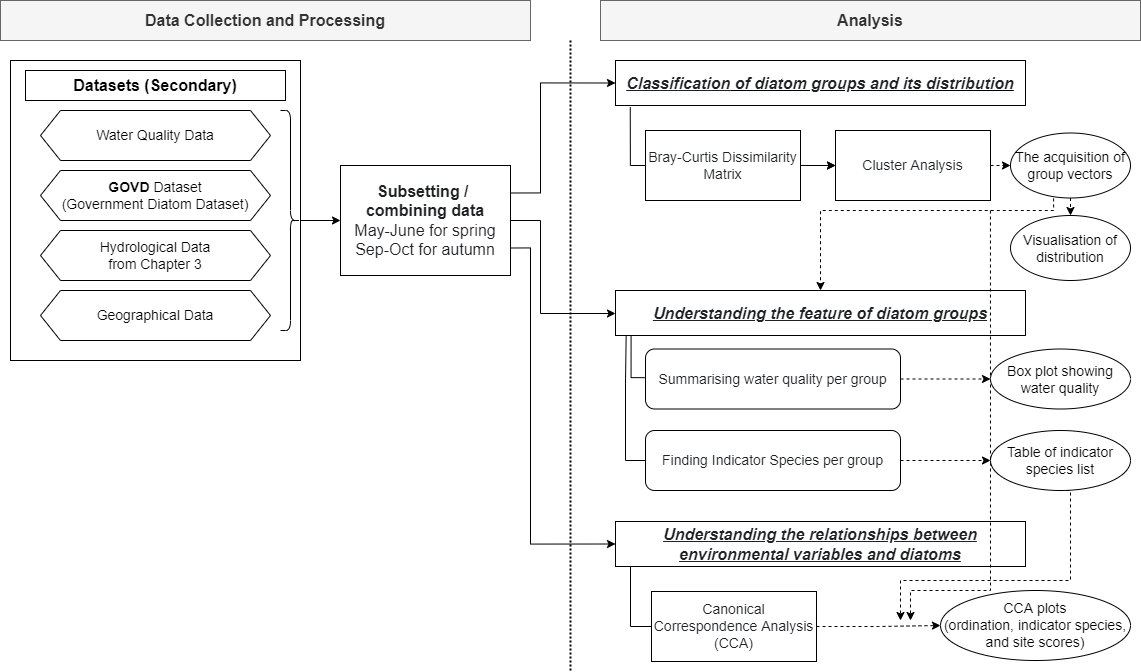
Above: Chapter6_Flowchart.png in muyeoljung/PhD_Studyarea (draw.io), before the change. Source tidied: cells renumbered, new cells last; positions are measured from the earlier drawing's top-left corner, leaving out a move shared by most shapes.
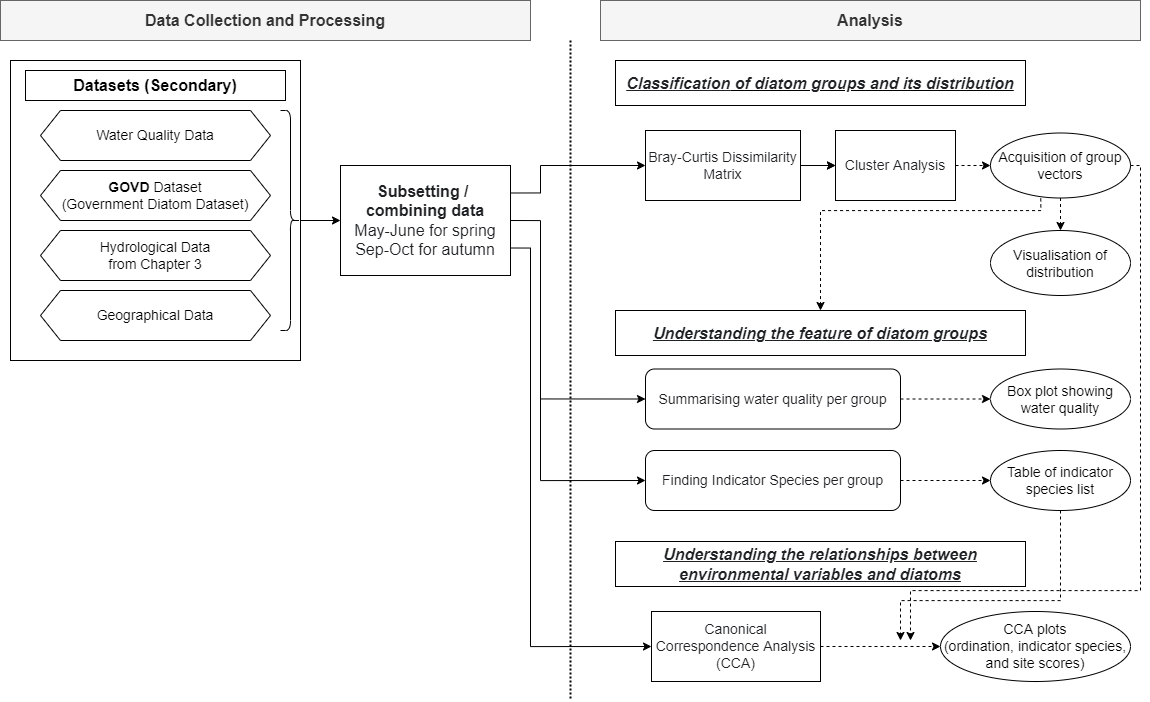
After the commit.

The edit, as a diff of the source:
```diff
@@ -24,27 +24,19 @@
       <mxGeometry relative="1" as="geometry" />
     </mxCell>
     <mxCell id="9" value="&lt;font color=&quot;#202124&quot; face=&quot;apple sd gothic neo, arial, sans-serif&quot; size=&quot;1&quot;&gt;&lt;span style=&quot;background-color: rgb(255 , 255 , 255) ; font-size: 14px&quot;&gt;Cluster Analysis&lt;/span&gt;&lt;/font&gt;" style="rounded=0;whiteSpace=wrap;html=1;" parent="1" vertex="1">
-      <mxGeometry x="835" y="130" width="155" height="70" as="geometry" />
+      <mxGeometry x="835" y="130" width="120" height="70" as="geometry" />
     </mxCell>
     <mxCell id="10" value="&lt;font style=&quot;font-size: 16px&quot;&gt;Data Collection and Processing&lt;/font&gt;" style="rounded=0;whiteSpace=wrap;html=1;fillColor=#f5f5f5;strokeColor=#666666;fontColor=#333333;fontStyle=1;" parent="1" vertex="1">
       <mxGeometry width="530" height="40" as="geometry" />
     </mxCell>
     <mxCell id="11" style="line;strokeWidth=2;direction=south;html=1;dashed=1;dashPattern=1 1;" parent="1" vertex="1">
-      <mxGeometry x="565" y="40" width="10" height="630" as="geometry" />
+      <mxGeometry x="565" y="40" width="10" height="660" as="geometry" />
     </mxCell>
     <mxCell id="12" style="edgeStyle=orthogonalEdgeStyle;rounded=0;jettySize=auto;html=1;exitX=1;exitY=0.5;exitDx=0;exitDy=0;entryX=0;entryY=0.5;entryDx=0;entryDy=0;dashed=1;startArrow=none;startFill=0;endArrow=classic;endFill=1;" parent="1" edge="1" source="14" target="41">
       <mxGeometry relative="1" as="geometry" />
     </mxCell>
-    <mxCell id="13" style="edgeStyle=orthogonalEdgeStyle;rounded=0;jettySize=auto;html=1;exitX=0;exitY=0.5;exitDx=0;exitDy=0;startArrow=none;startFill=0;endArrow=none;endFill=0;entryX=0.036;entryY=1.012;entryDx=0;entryDy=0;entryPerimeter=0;" parent="1" edge="1" source="14" target="21">
-      <mxGeometry relative="1" as="geometry">
-        <Array as="points">
-          <mxPoint x="630" y="626" />
-          <mxPoint x="630" y="566" />
-        </Array>
-      </mxGeometry>
-    </mxCell>
     <mxCell id="14" value="&lt;font color=&quot;#202124&quot; face=&quot;apple sd gothic neo, arial, sans-serif&quot; size=&quot;1&quot;&gt;&lt;span style=&quot;background-color: rgb(255 , 255 , 255) ; font-size: 14px&quot;&gt;Canonical Correspondence Analysis (CCA)&lt;/span&gt;&lt;/font&gt;" style="rounded=0;whiteSpace=wrap;html=1;align=center;" parent="1" vertex="1">
-      <mxGeometry x="651" y="591" width="165" height="70" as="geometry" />
+      <mxGeometry x="651" y="611" width="169" height="70" as="geometry" />
     </mxCell>
     <mxCell id="15" style="edgeStyle=orthogonalEdgeStyle;rounded=0;jettySize=auto;html=1;exitX=1;exitY=0.5;exitDx=0;exitDy=0;entryX=0;entryY=0.5;entryDx=0;entryDy=0;dashed=1;" parent="1" edge="1" source="18" target="9">
       <mxGeometry relative="1" as="geometry" />
@@ -52,13 +44,6 @@
     <mxCell id="16" style="edgeStyle=orthogonalEdgeStyle;rounded=0;jettySize=auto;html=1;" parent="1" edge="1" source="18" target="9">
       <mxGeometry relative="1" as="geometry" />
     </mxCell>
-    <mxCell id="17" style="edgeStyle=orthogonalEdgeStyle;rounded=0;jettySize=auto;html=1;exitX=0;exitY=0.5;exitDx=0;exitDy=0;startArrow=none;startFill=0;endArrow=none;endFill=0;entryX=0.036;entryY=1.04;entryDx=0;entryDy=0;entryPerimeter=0;" parent="1" edge="1" source="18" target="19">
-      <mxGeometry relative="1" as="geometry">
-        <Array as="points">
-          <mxPoint x="630" y="165" />
-        </Array>
-      </mxGeometry>
-    </mxCell>
     <mxCell id="18" value="&lt;span style=&quot;color: rgb(32 , 33 , 36) ; font-family: &amp;#34;apple sd gothic neo&amp;#34; , &amp;#34;arial&amp;#34; , sans-serif ; background-color: rgb(255 , 255 , 255)&quot;&gt;&lt;font style=&quot;font-size: 14px&quot;&gt;Bray-Curtis Dissimilarity Matrix&lt;/font&gt;&lt;/span&gt;" style="rounded=0;whiteSpace=wrap;html=1;" parent="1" vertex="1">
       <mxGeometry x="645" y="130" width="155" height="70" as="geometry" />
     </mxCell>
@@ -66,32 +51,32 @@
       <mxGeometry x="615" y="60" width="410" height="45" as="geometry" />
     </mxCell>
     <mxCell id="20" value="&lt;font color=&quot;#202124&quot; face=&quot;apple sd gothic neo, arial, sans-serif&quot;&gt;&lt;span style=&quot;font-size: 16px&quot;&gt;Understanding the feature of diatom groups&lt;br&gt;&lt;/span&gt;&lt;/font&gt;" style="rounded=0;whiteSpace=wrap;html=1;align=center;fontStyle=7;" parent="1" vertex="1">
-      <mxGeometry x="615" y="290" width="410" height="45" as="geometry" />
+      <mxGeometry x="615" y="310" width="410" height="45" as="geometry" />
     </mxCell>
     <mxCell id="21" value="&lt;font color=&quot;#202124&quot; face=&quot;apple sd gothic neo, arial, sans-serif&quot;&gt;&lt;span style=&quot;font-size: 16px&quot;&gt;Understanding the relationships between environmental&amp;nbsp;variables and diatoms&lt;/span&gt;&lt;br&gt;&lt;/font&gt;" style="rounded=0;whiteSpace=wrap;html=1;align=center;fontStyle=7;" parent="1" vertex="1">
-      <mxGeometry x="615" y="521" width="410" height="45" as="geometry" />
+      <mxGeometry x="615" y="541" width="410" height="45" as="geometry" />
     </mxCell>
-    <mxCell id="22" style="edgeStyle=orthogonalEdgeStyle;rounded=0;jettySize=auto;html=1;exitX=1;exitY=0.75;exitDx=0;exitDy=0;entryX=0;entryY=0.5;entryDx=0;entryDy=0;" parent="1" edge="1" source="25" target="21">
+    <mxCell id="22" style="edgeStyle=orthogonalEdgeStyle;rounded=0;jettySize=auto;html=1;exitX=1;exitY=0.75;exitDx=0;exitDy=0;entryX=0;entryY=0.5;entryDx=0;entryDy=0;" parent="1" edge="1" source="25" target="14">
       <mxGeometry relative="1" as="geometry">
         <Array as="points">
           <mxPoint x="530" y="247" />
-          <mxPoint x="530" y="543" />
+          <mxPoint x="530" y="646" />
         </Array>
       </mxGeometry>
     </mxCell>
-    <mxCell id="23" style="edgeStyle=orthogonalEdgeStyle;rounded=0;jettySize=auto;html=1;exitX=1;exitY=0.5;exitDx=0;exitDy=0;" parent="1" edge="1" source="25" target="20">
+    <mxCell id="23" style="edgeStyle=orthogonalEdgeStyle;rounded=0;jettySize=auto;html=1;exitX=1;exitY=0.5;exitDx=0;exitDy=0;entryX=0;entryY=0.5;entryDx=0;entryDy=0;" parent="1" edge="1" source="25" target="40">
       <mxGeometry relative="1" as="geometry">
         <Array as="points">
           <mxPoint x="540" y="220" />
-          <mxPoint x="540" y="313" />
+          <mxPoint x="540" y="399" />
         </Array>
       </mxGeometry>
     </mxCell>
-    <mxCell id="24" style="edgeStyle=orthogonalEdgeStyle;rounded=0;jettySize=auto;html=1;exitX=1;exitY=0.25;exitDx=0;exitDy=0;entryX=0;entryY=0.5;entryDx=0;entryDy=0;startArrow=none;startFill=0;endArrow=classic;endFill=1;" parent="1" edge="1" source="25" target="19">
+    <mxCell id="24" style="edgeStyle=orthogonalEdgeStyle;rounded=0;jettySize=auto;html=1;exitX=1;exitY=0.25;exitDx=0;exitDy=0;entryX=0;entryY=0.5;entryDx=0;entryDy=0;startArrow=none;startFill=0;endArrow=classic;endFill=1;" parent="1" edge="1" source="25" target="18">
       <mxGeometry relative="1" as="geometry">
         <Array as="points">
-          <mxPoint x="540" y="193" />
-          <mxPoint x="540" y="83" />
+          <mxPoint x="540" y="192" />
+          <mxPoint x="540" y="165" />
         </Array>
       </mxGeometry>
     </mxCell>
@@ -104,7 +89,7 @@
     <mxCell id="27" style="edgeStyle=orthogonalEdgeStyle;rounded=0;jettySize=auto;html=1;exitX=0.359;exitY=1.006;exitDx=0;exitDy=0;entryX=0.5;entryY=0;entryDx=0;entryDy=0;dashed=1;startArrow=none;startFill=0;endArrow=classic;endFill=1;exitPerimeter=0;" parent="1" edge="1" source="30" target="20">
       <mxGeometry relative="1" as="geometry">
         <Array as="points">
-          <mxPoint x="1053" y="210" />
+          <mxPoint x="1040" y="210" />
           <mxPoint x="820" y="210" />
         </Array>
       </mxGeometry>
@@ -112,61 +97,56 @@
     <mxCell id="28" style="edgeStyle=orthogonalEdgeStyle;rounded=0;jettySize=auto;html=1;exitX=0.5;exitY=1;exitDx=0;exitDy=0;entryX=0.5;entryY=0;entryDx=0;entryDy=0;dashed=1;" parent="1" edge="1" source="30" target="31">
       <mxGeometry relative="1" as="geometry" />
     </mxCell>
-    <mxCell id="29" style="edgeStyle=orthogonalEdgeStyle;rounded=0;orthogonalLoop=1;jettySize=auto;html=1;dashed=1;startArrow=none;startFill=0;endArrow=classic;endFill=1;" parent="1" edge="1">
+    <mxCell id="29" style="edgeStyle=orthogonalEdgeStyle;rounded=0;jettySize=auto;html=1;dashed=1;startArrow=none;startFill=0;endArrow=classic;endFill=1;exitX=1;exitY=0.5;exitDx=0;exitDy=0;" parent="1" edge="1" source="30">
       <mxGeometry relative="1" as="geometry">
-        <mxPoint x="990" y="210" as="sourcePoint" />
-        <mxPoint x="910" y="620" as="targetPoint" />
+        <mxPoint x="910" y="640" as="targetPoint" />
         <Array as="points">
-          <mxPoint x="990" y="590" />
+          <mxPoint x="1140" y="165" />
+          <mxPoint x="1140" y="590" />
           <mxPoint x="910" y="590" />
         </Array>
       </mxGeometry>
     </mxCell>
-    <mxCell id="30" value="&lt;font style=&quot;font-size: 14px&quot;&gt;The acquisition of group vectors&lt;/font&gt;" style="ellipse;whiteSpace=wrap;html=1;" parent="1" vertex="1">
-      <mxGeometry x="1010" y="132.5" width="120" height="65" as="geometry" />
+    <mxCell id="30" value="&lt;font style=&quot;font-size: 14px&quot;&gt;Acquisition of group vectors&lt;/font&gt;" style="ellipse;whiteSpace=wrap;html=1;" parent="1" vertex="1">
+      <mxGeometry x="990" y="132.5" width="140" height="65" as="geometry" />
     </mxCell>
     <mxCell id="31" value="&lt;font style=&quot;font-size: 14px&quot;&gt;Visualisation of distribution&lt;/font&gt;" style="ellipse;whiteSpace=wrap;html=1;" parent="1" vertex="1">
-      <mxGeometry x="1010" y="215" width="120" height="65" as="geometry" />
+      <mxGeometry x="990" y="230" width="140" height="65" as="geometry" />
     </mxCell>
     <mxCell id="32" style="edgeStyle=orthogonalEdgeStyle;rounded=0;jettySize=auto;html=1;exitX=0.5;exitY=1;exitDx=0;exitDy=0;startArrow=none;startFill=0;endArrow=classic;endFill=1;dashed=1;" parent="1" edge="1" source="33">
       <mxGeometry relative="1" as="geometry">
-        <mxPoint x="900" y="620" as="targetPoint" />
+        <mxPoint x="900" y="640" as="targetPoint" />
         <Array as="points">
-          <mxPoint x="1070" y="580" />
-          <mxPoint x="900" y="580" />
+          <mxPoint x="1060" y="600" />
+          <mxPoint x="900" y="600" />
         </Array>
       </mxGeometry>
     </mxCell>
     <mxCell id="33" value="&lt;font style=&quot;font-size: 14px&quot;&gt;Table of indicator species list&lt;/font&gt;" style="ellipse;whiteSpace=wrap;html=1;" parent="1" vertex="1">
-      <mxGeometry x="990" y="430" width="140" height="60" as="geometry" />
+      <mxGeometry x="990" y="450" width="140" height="60" as="geometry" />
     </mxCell>
     <mxCell id="34" value="&lt;font style=&quot;font-size: 14px&quot;&gt;Box plot showing water quality&lt;/font&gt;" style="ellipse;whiteSpace=wrap;html=1;" parent="1" vertex="1">
-      <mxGeometry x="990" y="348.5" width="140" height="60" as="geometry" />
+      <mxGeometry x="990" y="368.5" width="140" height="60" as="geometry" />
     </mxCell>
-    <mxCell id="35" style="edgeStyle=orthogonalEdgeStyle;rounded=0;jettySize=auto;html=1;exitX=0;exitY=0.5;exitDx=0;exitDy=0;entryX=0.026;entryY=0.995;entryDx=0;entryDy=0;entryPerimeter=0;startArrow=none;startFill=0;endArrow=none;endFill=0;" parent="1" edge="1" source="37" target="20">
-      <mxGeometry relative="1" as="geometry" />
-    </mxCell>
     <mxCell id="36" style="edgeStyle=orthogonalEdgeStyle;rounded=0;jettySize=auto;html=1;exitX=1;exitY=0.5;exitDx=0;exitDy=0;entryX=0;entryY=0.5;entryDx=0;entryDy=0;dashed=1;startArrow=none;startFill=0;endArrow=classic;endFill=1;" parent="1" edge="1" source="37" target="33">
       <mxGeometry relative="1" as="geometry" />
     </mxCell>
+    <mxCell id="44" style="edgeStyle=orthogonalEdgeStyle;rounded=0;jettySize=auto;html=1;exitX=0;exitY=0.5;exitDx=0;exitDy=0;fontSize=14;startArrow=classic;startFill=1;endArrow=none;endFill=0;" parent="1" edge="1" source="37">
+      <mxGeometry relative="1" as="geometry">
+        <mxPoint x="540" y="380" as="targetPoint" />
+      </mxGeometry>
+    </mxCell>
     <mxCell id="37" value="&lt;span style=&quot;color: rgb(32 , 33 , 36) ; font-family: &amp;#34;apple sd gothic neo&amp;#34; , &amp;#34;arial&amp;#34; , sans-serif ; background-color: rgb(255 , 255 , 255)&quot;&gt;&lt;font style=&quot;font-size: 14px&quot;&gt;Finding Indicator Species per group&lt;/font&gt;&lt;/span&gt;" style="rounded=1;whiteSpace=wrap;html=1;" parent="1" vertex="1">
-      <mxGeometry x="645" y="430" width="255" height="60" as="geometry" />
+      <mxGeometry x="645" y="450" width="255" height="60" as="geometry" />
     </mxCell>
-    <mxCell id="38" style="edgeStyle=orthogonalEdgeStyle;rounded=0;jettySize=auto;html=1;startArrow=none;startFill=0;endArrow=none;endFill=0;exitX=-0.003;exitY=0.478;exitDx=0;exitDy=0;exitPerimeter=0;entryX=0.038;entryY=1.007;entryDx=0;entryDy=0;entryPerimeter=0;" parent="1" edge="1" source="40" target="20">
-      <mxGeometry relative="1" as="geometry">
-        <Array as="points">
-          <mxPoint x="631" y="377" />
-        </Array>
-      </mxGeometry>
-    </mxCell>
     <mxCell id="39" style="edgeStyle=orthogonalEdgeStyle;rounded=0;jettySize=auto;html=1;exitX=1;exitY=0.5;exitDx=0;exitDy=0;entryX=0;entryY=0.5;entryDx=0;entryDy=0;startArrow=none;startFill=0;endArrow=classic;endFill=1;dashed=1;" parent="1" edge="1" source="40" target="34">
       <mxGeometry relative="1" as="geometry" />
     </mxCell>
     <mxCell id="40" value="&lt;span style=&quot;color: rgb(32 , 33 , 36) ; font-family: &amp;#34;apple sd gothic neo&amp;#34; , &amp;#34;arial&amp;#34; , sans-serif ; background-color: rgb(255 , 255 , 255)&quot;&gt;&lt;font style=&quot;font-size: 14px&quot;&gt;Summarising water quality per group&lt;/font&gt;&lt;/span&gt;" style="rounded=1;whiteSpace=wrap;html=1;" parent="1" vertex="1">
-      <mxGeometry x="645" y="348.5" width="255" height="60" as="geometry" />
+      <mxGeometry x="645" y="368.5" width="255" height="60" as="geometry" />
     </mxCell>
     <mxCell id="41" value="&lt;font style=&quot;font-size: 14px&quot;&gt;CCA plots&lt;br&gt;(ordination, indicator species, and site scores)&lt;/font&gt;" style="ellipse;whiteSpace=wrap;html=1;" parent="1" vertex="1">
-      <mxGeometry x="940" y="590" width="190" height="70" as="geometry" />
+      <mxGeometry x="940" y="611" width="190" height="70" as="geometry" />
     </mxCell>
     <mxCell id="42" style="edgeStyle=orthogonalEdgeStyle;rounded=0;jettySize=auto;html=1;entryX=0;entryY=0.5;entryDx=0;entryDy=0;startArrow=none;startFill=0;endArrow=classic;endFill=1;" parent="1" edge="1" source="43" target="25">
       <mxGeometry relative="1" as="geometry" />
```
